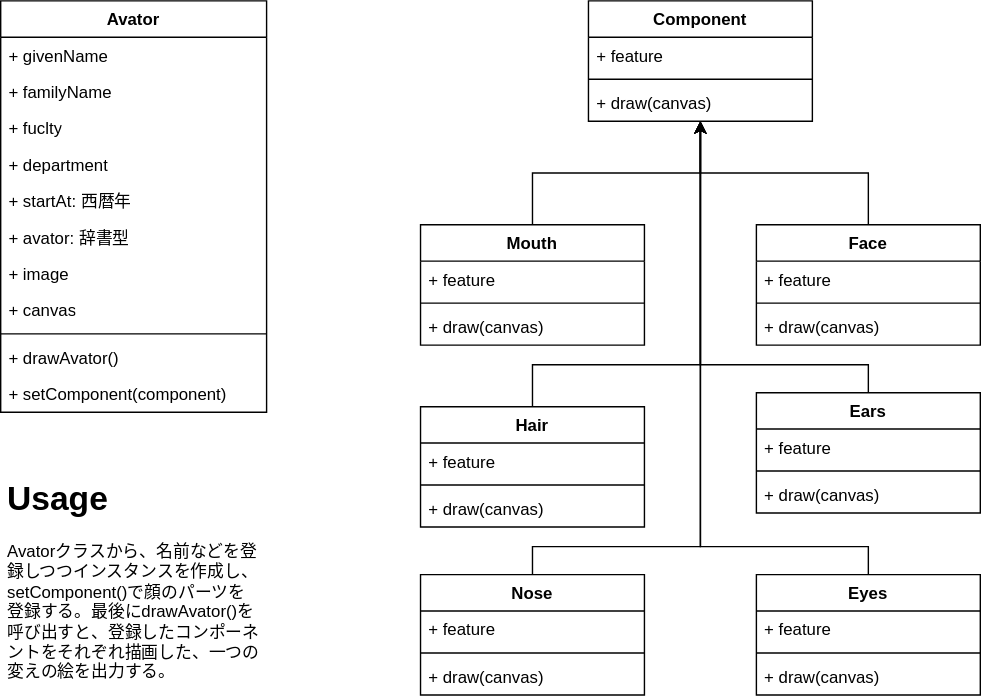
Above: images/day04_class_inheritance.svg in YokoyamaLab/PythonBasics (draw.io), before the change. Source tidied: cells renumbered, new cells last; positions are measured from the earlier drawing's top-left corner, leaving out a move shared by most shapes. Source of this version:
```xml
<mxGraphModel>
  <root>
    <mxCell id="0" />
    <mxCell id="1" parent="0" />
    <mxCell id="2" value="Component" style="swimlane;fontStyle=1;align=center;verticalAlign=top;horizontal=1;startSize=26;whiteSpace=wrap;html=1;" parent="1" vertex="1">
      <mxGeometry x="420" width="160" height="86" as="geometry" />
    </mxCell>
    <mxCell id="3" value="+ feature" style="text;strokeColor=none;fillColor=none;align=left;verticalAlign=top;spacingLeft=4;spacingRight=4;overflow=hidden;whiteSpace=wrap;html=1;" parent="2" vertex="1">
      <mxGeometry y="26" width="160" height="26" as="geometry" />
    </mxCell>
    <mxCell id="4" style="line;strokeWidth=1;fillColor=none;align=left;verticalAlign=middle;spacingTop=-1;spacingLeft=3;spacingRight=3;labelPosition=right;strokeColor=inherit;" parent="2" vertex="1">
      <mxGeometry y="52" width="160" height="8" as="geometry" />
    </mxCell>
    <mxCell id="5" value="&lt;div&gt;+ draw(canvas)&lt;br&gt;&lt;/div&gt;" style="text;strokeColor=none;fillColor=none;align=left;verticalAlign=top;spacingLeft=4;spacingRight=4;overflow=hidden;whiteSpace=wrap;html=1;" parent="2" vertex="1">
      <mxGeometry y="60" width="160" height="26" as="geometry" />
    </mxCell>
    <mxCell id="6" style="edgeStyle=orthogonalEdgeStyle;rounded=0;jettySize=auto;html=1;" parent="1" edge="1" source="7" target="2">
      <mxGeometry relative="1" as="geometry">
        <Array as="points">
          <mxPoint x="380" y="260" />
          <mxPoint x="500" y="260" />
        </Array>
      </mxGeometry>
    </mxCell>
    <mxCell id="7" value="Hair" style="swimlane;fontStyle=1;align=center;verticalAlign=top;horizontal=1;startSize=26;whiteSpace=wrap;html=1;" parent="1" vertex="1">
      <mxGeometry x="300" y="290" width="160" height="86" as="geometry" />
    </mxCell>
    <mxCell id="8" value="+ feature" style="text;strokeColor=none;fillColor=none;align=left;verticalAlign=top;spacingLeft=4;spacingRight=4;overflow=hidden;whiteSpace=wrap;html=1;" parent="7" vertex="1">
      <mxGeometry y="26" width="160" height="26" as="geometry" />
    </mxCell>
    <mxCell id="9" style="line;strokeWidth=1;fillColor=none;align=left;verticalAlign=middle;spacingTop=-1;spacingLeft=3;spacingRight=3;labelPosition=right;strokeColor=inherit;" parent="7" vertex="1">
      <mxGeometry y="52" width="160" height="8" as="geometry" />
    </mxCell>
    <mxCell id="10" value="&lt;div&gt;+ draw(canvas)&lt;br&gt;&lt;/div&gt;" style="text;strokeColor=none;fillColor=none;align=left;verticalAlign=top;spacingLeft=4;spacingRight=4;overflow=hidden;whiteSpace=wrap;html=1;" parent="7" vertex="1">
      <mxGeometry y="60" width="160" height="26" as="geometry" />
    </mxCell>
    <mxCell id="11" style="edgeStyle=orthogonalEdgeStyle;rounded=0;jettySize=auto;html=1;" parent="1" edge="1" source="12" target="2">
      <mxGeometry relative="1" as="geometry">
        <Array as="points">
          <mxPoint x="380" y="390" />
          <mxPoint x="500" y="390" />
        </Array>
      </mxGeometry>
    </mxCell>
    <mxCell id="12" value="Nose" style="swimlane;fontStyle=1;align=center;verticalAlign=top;horizontal=1;startSize=26;whiteSpace=wrap;html=1;" parent="1" vertex="1">
      <mxGeometry x="300" y="410" width="160" height="86" as="geometry" />
    </mxCell>
    <mxCell id="13" value="+ feature" style="text;strokeColor=none;fillColor=none;align=left;verticalAlign=top;spacingLeft=4;spacingRight=4;overflow=hidden;whiteSpace=wrap;html=1;" parent="12" vertex="1">
      <mxGeometry y="26" width="160" height="26" as="geometry" />
    </mxCell>
    <mxCell id="14" style="line;strokeWidth=1;fillColor=none;align=left;verticalAlign=middle;spacingTop=-1;spacingLeft=3;spacingRight=3;labelPosition=right;strokeColor=inherit;" parent="12" vertex="1">
      <mxGeometry y="52" width="160" height="8" as="geometry" />
    </mxCell>
    <mxCell id="15" value="&lt;div&gt;+ draw(canvas)&lt;br&gt;&lt;/div&gt;" style="text;strokeColor=none;fillColor=none;align=left;verticalAlign=top;spacingLeft=4;spacingRight=4;overflow=hidden;whiteSpace=wrap;html=1;" parent="12" vertex="1">
      <mxGeometry y="60" width="160" height="26" as="geometry" />
    </mxCell>
    <mxCell id="16" style="edgeStyle=orthogonalEdgeStyle;rounded=0;jettySize=auto;html=1;exitX=0.5;exitY=0;exitDx=0;exitDy=0;" parent="1" edge="1" source="17" target="2">
      <mxGeometry relative="1" as="geometry">
        <Array as="points">
          <mxPoint x="620" y="390" />
          <mxPoint x="500" y="390" />
        </Array>
      </mxGeometry>
    </mxCell>
    <mxCell id="17" value="Eyes" style="swimlane;fontStyle=1;align=center;verticalAlign=top;horizontal=1;startSize=26;whiteSpace=wrap;html=1;" parent="1" vertex="1">
      <mxGeometry x="540" y="410" width="160" height="86" as="geometry" />
    </mxCell>
    <mxCell id="18" value="+ feature" style="text;strokeColor=none;fillColor=none;align=left;verticalAlign=top;spacingLeft=4;spacingRight=4;overflow=hidden;whiteSpace=wrap;html=1;" parent="17" vertex="1">
      <mxGeometry y="26" width="160" height="26" as="geometry" />
    </mxCell>
    <mxCell id="19" style="line;strokeWidth=1;fillColor=none;align=left;verticalAlign=middle;spacingTop=-1;spacingLeft=3;spacingRight=3;labelPosition=right;strokeColor=inherit;" parent="17" vertex="1">
      <mxGeometry y="52" width="160" height="8" as="geometry" />
    </mxCell>
    <mxCell id="20" value="&lt;div&gt;+ draw(canvas)&lt;br&gt;&lt;/div&gt;" style="text;strokeColor=none;fillColor=none;align=left;verticalAlign=top;spacingLeft=4;spacingRight=4;overflow=hidden;whiteSpace=wrap;html=1;" parent="17" vertex="1">
      <mxGeometry y="60" width="160" height="26" as="geometry" />
    </mxCell>
    <mxCell id="21" style="edgeStyle=orthogonalEdgeStyle;rounded=0;jettySize=auto;html=1;" parent="1" edge="1" source="22" target="2">
      <mxGeometry relative="1" as="geometry" />
    </mxCell>
    <mxCell id="22" value="Mouth" style="swimlane;fontStyle=1;align=center;verticalAlign=top;horizontal=1;startSize=26;whiteSpace=wrap;html=1;" parent="1" vertex="1">
      <mxGeometry x="300" y="160" width="160" height="86" as="geometry" />
    </mxCell>
    <mxCell id="23" value="+ feature" style="text;strokeColor=none;fillColor=none;align=left;verticalAlign=top;spacingLeft=4;spacingRight=4;overflow=hidden;whiteSpace=wrap;html=1;" parent="22" vertex="1">
      <mxGeometry y="26" width="160" height="26" as="geometry" />
    </mxCell>
    <mxCell id="24" style="line;strokeWidth=1;fillColor=none;align=left;verticalAlign=middle;spacingTop=-1;spacingLeft=3;spacingRight=3;labelPosition=right;strokeColor=inherit;" parent="22" vertex="1">
      <mxGeometry y="52" width="160" height="8" as="geometry" />
    </mxCell>
    <mxCell id="25" value="&lt;div&gt;+ draw(canvas)&lt;br&gt;&lt;/div&gt;" style="text;strokeColor=none;fillColor=none;align=left;verticalAlign=top;spacingLeft=4;spacingRight=4;overflow=hidden;whiteSpace=wrap;html=1;" parent="22" vertex="1">
      <mxGeometry y="60" width="160" height="26" as="geometry" />
    </mxCell>
    <mxCell id="26" style="edgeStyle=orthogonalEdgeStyle;rounded=0;jettySize=auto;html=1;" parent="1" edge="1" source="27" target="2">
      <mxGeometry relative="1" as="geometry" />
    </mxCell>
    <mxCell id="27" value="Face" style="swimlane;fontStyle=1;align=center;verticalAlign=top;horizontal=1;startSize=26;whiteSpace=wrap;html=1;" parent="1" vertex="1">
      <mxGeometry x="540" y="160" width="160" height="86" as="geometry" />
    </mxCell>
    <mxCell id="28" value="+ feature" style="text;strokeColor=none;fillColor=none;align=left;verticalAlign=top;spacingLeft=4;spacingRight=4;overflow=hidden;whiteSpace=wrap;html=1;" parent="27" vertex="1">
      <mxGeometry y="26" width="160" height="26" as="geometry" />
    </mxCell>
    <mxCell id="29" style="line;strokeWidth=1;fillColor=none;align=left;verticalAlign=middle;spacingTop=-1;spacingLeft=3;spacingRight=3;labelPosition=right;strokeColor=inherit;" parent="27" vertex="1">
      <mxGeometry y="52" width="160" height="8" as="geometry" />
    </mxCell>
    <mxCell id="30" value="&lt;div&gt;+ draw(canvas)&lt;br&gt;&lt;/div&gt;" style="text;strokeColor=none;fillColor=none;align=left;verticalAlign=top;spacingLeft=4;spacingRight=4;overflow=hidden;whiteSpace=wrap;html=1;" parent="27" vertex="1">
      <mxGeometry y="60" width="160" height="26" as="geometry" />
    </mxCell>
    <mxCell id="31" style="edgeStyle=orthogonalEdgeStyle;rounded=0;jettySize=auto;html=1;" parent="1" edge="1" source="32" target="2">
      <mxGeometry relative="1" as="geometry">
        <Array as="points">
          <mxPoint x="620" y="260" />
          <mxPoint x="500" y="260" />
        </Array>
      </mxGeometry>
    </mxCell>
    <mxCell id="32" value="Ears" style="swimlane;fontStyle=1;align=center;verticalAlign=top;horizontal=1;startSize=26;whiteSpace=wrap;html=1;" parent="1" vertex="1">
      <mxGeometry x="540" y="280" width="160" height="86" as="geometry" />
    </mxCell>
    <mxCell id="33" value="+ feature" style="text;strokeColor=none;fillColor=none;align=left;verticalAlign=top;spacingLeft=4;spacingRight=4;overflow=hidden;whiteSpace=wrap;html=1;" parent="32" vertex="1">
      <mxGeometry y="26" width="160" height="26" as="geometry" />
    </mxCell>
    <mxCell id="34" style="line;strokeWidth=1;fillColor=none;align=left;verticalAlign=middle;spacingTop=-1;spacingLeft=3;spacingRight=3;labelPosition=right;strokeColor=inherit;" parent="32" vertex="1">
      <mxGeometry y="52" width="160" height="8" as="geometry" />
    </mxCell>
    <mxCell id="35" value="&lt;div&gt;+ draw(canvas)&lt;br&gt;&lt;/div&gt;" style="text;strokeColor=none;fillColor=none;align=left;verticalAlign=top;spacingLeft=4;spacingRight=4;overflow=hidden;whiteSpace=wrap;html=1;" parent="32" vertex="1">
      <mxGeometry y="60" width="160" height="26" as="geometry" />
    </mxCell>
    <mxCell id="36" value="Avator" style="swimlane;fontStyle=1;align=center;verticalAlign=top;horizontal=1;startSize=26;whiteSpace=wrap;html=1;" parent="1" vertex="1">
      <mxGeometry width="190" height="294" as="geometry" />
    </mxCell>
    <mxCell id="37" value="+ givenName" style="text;strokeColor=none;fillColor=none;align=left;verticalAlign=top;spacingLeft=4;spacingRight=4;overflow=hidden;whiteSpace=wrap;html=1;" parent="36" vertex="1">
      <mxGeometry y="26" width="190" height="26" as="geometry" />
    </mxCell>
    <mxCell id="38" value="+ familyName" style="text;strokeColor=none;fillColor=none;align=left;verticalAlign=top;spacingLeft=4;spacingRight=4;overflow=hidden;whiteSpace=wrap;html=1;" parent="36" vertex="1">
      <mxGeometry y="52" width="190" height="26" as="geometry" />
    </mxCell>
    <mxCell id="39" value="+ fuclty" style="text;strokeColor=none;fillColor=none;align=left;verticalAlign=top;spacingLeft=4;spacingRight=4;overflow=hidden;whiteSpace=wrap;html=1;" parent="36" vertex="1">
      <mxGeometry y="78" width="190" height="26" as="geometry" />
    </mxCell>
    <mxCell id="40" value="+ department" style="text;strokeColor=none;fillColor=none;align=left;verticalAlign=top;spacingLeft=4;spacingRight=4;overflow=hidden;whiteSpace=wrap;html=1;" parent="36" vertex="1">
      <mxGeometry y="104" width="190" height="26" as="geometry" />
    </mxCell>
    <mxCell id="41" value="&lt;div&gt;+ startAt: 西暦年&lt;br&gt;&lt;/div&gt;" style="text;strokeColor=none;fillColor=none;align=left;verticalAlign=top;spacingLeft=4;spacingRight=4;overflow=hidden;whiteSpace=wrap;html=1;" parent="36" vertex="1">
      <mxGeometry y="130" width="190" height="26" as="geometry" />
    </mxCell>
    <mxCell id="42" value="&lt;div&gt;+ avator: 辞書型&lt;br&gt;&lt;/div&gt;" style="text;strokeColor=none;fillColor=none;align=left;verticalAlign=top;spacingLeft=4;spacingRight=4;overflow=hidden;whiteSpace=wrap;html=1;" parent="36" vertex="1">
      <mxGeometry y="156" width="190" height="26" as="geometry" />
    </mxCell>
    <mxCell id="43" value="+ image" style="text;strokeColor=none;fillColor=none;align=left;verticalAlign=top;spacingLeft=4;spacingRight=4;overflow=hidden;whiteSpace=wrap;html=1;" parent="36" vertex="1">
      <mxGeometry y="182" width="190" height="26" as="geometry" />
    </mxCell>
    <mxCell id="44" value="+ canvas" style="text;strokeColor=none;fillColor=none;align=left;verticalAlign=top;spacingLeft=4;spacingRight=4;overflow=hidden;whiteSpace=wrap;html=1;" parent="36" vertex="1">
      <mxGeometry y="208" width="190" height="26" as="geometry" />
    </mxCell>
    <mxCell id="45" style="line;strokeWidth=1;fillColor=none;align=left;verticalAlign=middle;spacingTop=-1;spacingLeft=3;spacingRight=3;labelPosition=right;strokeColor=inherit;" parent="36" vertex="1">
      <mxGeometry y="234" width="190" height="8" as="geometry" />
    </mxCell>
    <mxCell id="46" value="+ drawAvator()" style="text;strokeColor=none;fillColor=none;align=left;verticalAlign=top;spacingLeft=4;spacingRight=4;overflow=hidden;whiteSpace=wrap;html=1;" parent="36" vertex="1">
      <mxGeometry y="242" width="190" height="26" as="geometry" />
    </mxCell>
    <mxCell id="47" value="+ setComponent(component)" style="text;strokeColor=none;fillColor=none;align=left;verticalAlign=top;spacingLeft=4;spacingRight=4;overflow=hidden;whiteSpace=wrap;html=1;" parent="36" vertex="1">
      <mxGeometry y="268" width="190" height="26" as="geometry" />
    </mxCell>
    <mxCell id="48" value="&lt;h1&gt;Usage&lt;br&gt;&lt;/h1&gt;&lt;p&gt;Avatorクラスから、名前などを登録しつつインスタンスを作成し、setComponent()で顔のパーツを登録する。最後にdrawAvator()を呼び出すと、登録したコンポーネントをそれぞれ描画した、一つの変えの絵を出力する。&lt;/p&gt;" style="text;html=1;strokeColor=none;fillColor=none;spacing=5;spacingTop=-20;whiteSpace=wrap;overflow=hidden;rounded=0;" parent="1" vertex="1">
      <mxGeometry y="336" width="190" height="160" as="geometry" />
    </mxCell>
  </root>
</mxGraphModel>
```
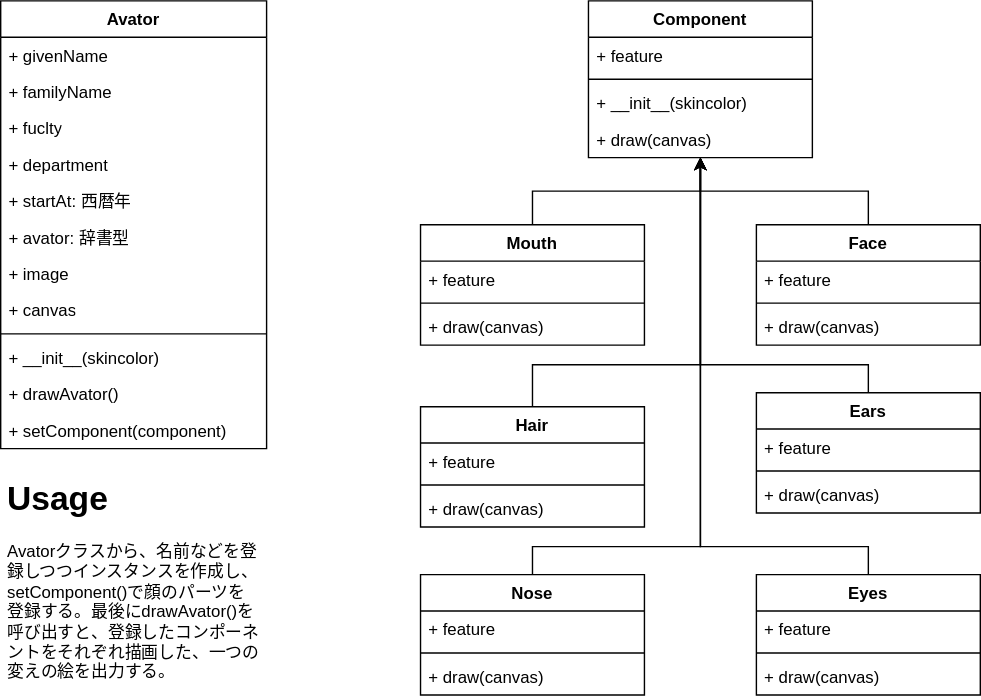
After the change.

Commit message:
day04_class_inheritance.svg を更新します

The edit, as a diff of the source:
```diff
@@ -3,7 +3,7 @@
     <mxCell id="0" />
     <mxCell id="1" parent="0" />
     <mxCell id="2" value="Component" style="swimlane;fontStyle=1;align=center;verticalAlign=top;horizontal=1;startSize=26;whiteSpace=wrap;html=1;" parent="1" vertex="1">
-      <mxGeometry x="420" width="160" height="86" as="geometry" />
+      <mxGeometry x="420" width="160" height="112" as="geometry" />
     </mxCell>
     <mxCell id="3" value="+ feature" style="text;strokeColor=none;fillColor=none;align=left;verticalAlign=top;spacingLeft=4;spacingRight=4;overflow=hidden;whiteSpace=wrap;html=1;" parent="2" vertex="1">
       <mxGeometry y="26" width="160" height="26" as="geometry" />
@@ -11,8 +11,11 @@
     <mxCell id="4" style="line;strokeWidth=1;fillColor=none;align=left;verticalAlign=middle;spacingTop=-1;spacingLeft=3;spacingRight=3;labelPosition=right;strokeColor=inherit;" parent="2" vertex="1">
       <mxGeometry y="52" width="160" height="8" as="geometry" />
     </mxCell>
+    <mxCell id="49" value="+ __init__(skincolor)" style="text;strokeColor=none;fillColor=none;align=left;verticalAlign=top;spacingLeft=4;spacingRight=4;overflow=hidden;whiteSpace=wrap;html=1;" parent="2" vertex="1">
+      <mxGeometry y="60" width="160" height="26" as="geometry" />
+    </mxCell>
     <mxCell id="5" value="&lt;div&gt;+ draw(canvas)&lt;br&gt;&lt;/div&gt;" style="text;strokeColor=none;fillColor=none;align=left;verticalAlign=top;spacingLeft=4;spacingRight=4;overflow=hidden;whiteSpace=wrap;html=1;" parent="2" vertex="1">
-      <mxGeometry y="60" width="160" height="26" as="geometry" />
+      <mxGeometry y="86" width="160" height="26" as="geometry" />
     </mxCell>
     <mxCell id="6" style="edgeStyle=orthogonalEdgeStyle;rounded=0;jettySize=auto;html=1;" parent="1" edge="1" source="7" target="2">
       <mxGeometry relative="1" as="geometry">
@@ -125,7 +128,7 @@
       <mxGeometry y="60" width="160" height="26" as="geometry" />
     </mxCell>
     <mxCell id="36" value="Avator" style="swimlane;fontStyle=1;align=center;verticalAlign=top;horizontal=1;startSize=26;whiteSpace=wrap;html=1;" parent="1" vertex="1">
-      <mxGeometry width="190" height="294" as="geometry" />
+      <mxGeometry width="190" height="320" as="geometry" />
     </mxCell>
     <mxCell id="37" value="+ givenName" style="text;strokeColor=none;fillColor=none;align=left;verticalAlign=top;spacingLeft=4;spacingRight=4;overflow=hidden;whiteSpace=wrap;html=1;" parent="36" vertex="1">
       <mxGeometry y="26" width="190" height="26" as="geometry" />
@@ -154,11 +157,14 @@
     <mxCell id="45" style="line;strokeWidth=1;fillColor=none;align=left;verticalAlign=middle;spacingTop=-1;spacingLeft=3;spacingRight=3;labelPosition=right;strokeColor=inherit;" parent="36" vertex="1">
       <mxGeometry y="234" width="190" height="8" as="geometry" />
     </mxCell>
+    <mxCell id="50" value="+ __init__(skincolor)" style="text;strokeColor=none;fillColor=none;align=left;verticalAlign=top;spacingLeft=4;spacingRight=4;overflow=hidden;whiteSpace=wrap;html=1;" parent="36" vertex="1">
+      <mxGeometry y="242" width="190" height="26" as="geometry" />
+    </mxCell>
     <mxCell id="46" value="+ drawAvator()" style="text;strokeColor=none;fillColor=none;align=left;verticalAlign=top;spacingLeft=4;spacingRight=4;overflow=hidden;whiteSpace=wrap;html=1;" parent="36" vertex="1">
-      <mxGeometry y="242" width="190" height="26" as="geometry" />
+      <mxGeometry y="268" width="190" height="26" as="geometry" />
     </mxCell>
     <mxCell id="47" value="+ setComponent(component)" style="text;strokeColor=none;fillColor=none;align=left;verticalAlign=top;spacingLeft=4;spacingRight=4;overflow=hidden;whiteSpace=wrap;html=1;" parent="36" vertex="1">
-      <mxGeometry y="268" width="190" height="26" as="geometry" />
+      <mxGeometry y="294" width="190" height="26" as="geometry" />
     </mxCell>
     <mxCell id="48" value="&lt;h1&gt;Usage&lt;br&gt;&lt;/h1&gt;&lt;p&gt;Avatorクラスから、名前などを登録しつつインスタンスを作成し、setComponent()で顔のパーツを登録する。最後にdrawAvator()を呼び出すと、登録したコンポーネントをそれぞれ描画した、一つの変えの絵を出力する。&lt;/p&gt;" style="text;html=1;strokeColor=none;fillColor=none;spacing=5;spacingTop=-20;whiteSpace=wrap;overflow=hidden;rounded=0;" parent="1" vertex="1">
       <mxGeometry y="336" width="190" height="160" as="geometry" />
```
